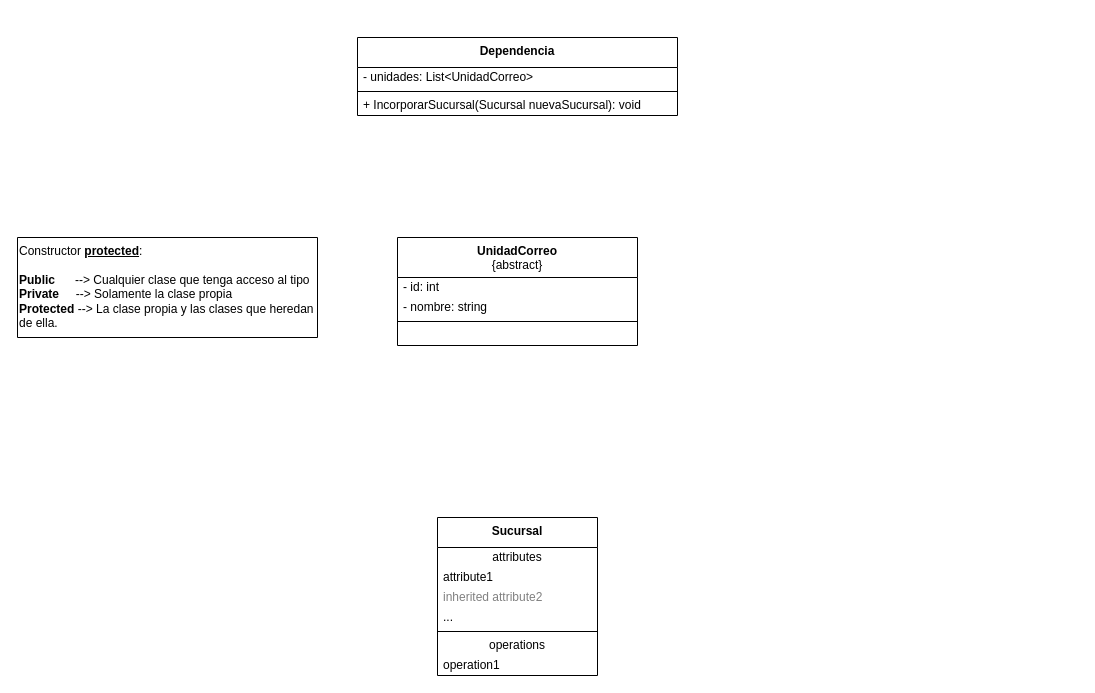
gastonjavierricchiardi/ejercicios-csharp-utn-2026 keeps this draw.io diagram as src/Guia01/EJ26_Composite/EJ26.dio. Above is the earlier version. Source tidied: cells renumbered, new cells numbered last; positions are measured from the earlier drawing's top-left corner, leaving out a move shared by most shapes. Both pictures are drawn from the tidied source at 100%, with x=0, y=0 at pixel (17, 37).
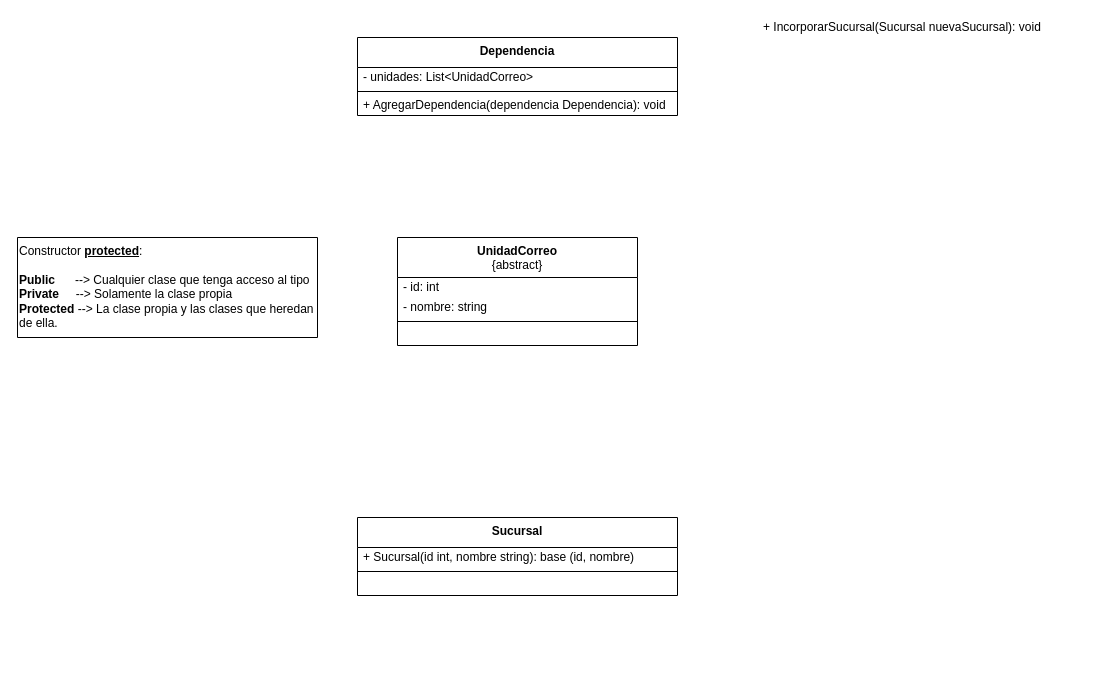
After the change.

Diff of the diagram source:
```diff
@@
 <mxGraphModel background="light-dark(#FFFFFF,#121212)">
   <root>
     <mxCell id="0" />
     <mxCell id="1" parent="0" />
     <mxCell id="2" value="&lt;b&gt;Dependencia&lt;/b&gt;" style="swimlane;fontStyle=0;align=center;verticalAlign=top;horizontal=1;startSize=30;html=1;whiteSpace=wrap;" parent="1" vertex="1">
       <mxGeometry x="340" width="320" height="78" as="geometry" />
     </mxCell>
     <mxCell id="3" value="- unidades: List&amp;lt;UnidadCorreo&amp;gt;" style="text;html=1;strokeColor=none;fillColor=none;align=left;verticalAlign=middle;spacingLeft=4;spacingRight=4;overflow=hidden;whiteSpace=wrap;" parent="2" vertex="1">
       <mxGeometry y="30" width="320" height="20" as="geometry" />
     </mxCell>
     <mxCell id="4" style="line;strokeWidth=1;fillColor=none;align=left;verticalAlign=middle;spacingTop=-1;spacingLeft=3;spacingRight=3;labelPosition=right;" parent="2" vertex="1">
       <mxGeometry y="50" width="320" height="8" as="geometry" />
     </mxCell>
-    <mxCell id="5" value="+ IncorporarSucursal(Sucursal nuevaSucursal): void" style="text;html=1;strokeColor=none;fillColor=none;align=left;verticalAlign=middle;spacingLeft=4;spacingRight=4;overflow=hidden;whiteSpace=wrap;" parent="2" vertex="1">
-      <mxGeometry y="58" width="320" height="20" as="geometry" />
-    </mxCell>
+    <mxCell id="20" value="+ AgregarDependencia(dependencia Dependencia): void" style="text;html=1;strokeColor=none;fillColor=none;align=left;verticalAlign=middle;spacingLeft=4;spacingRight=4;overflow=hidden;whiteSpace=wrap;" parent="2" vertex="1">
+      <mxGeometry y="58" width="320" height="20" as="geometry" />
+    </mxCell>
     <mxCell id="6" value="&lt;b&gt;UnidadCorreo&lt;/b&gt;&lt;br&gt;{abstract}" style="swimlane;fontStyle=0;align=center;verticalAlign=top;horizontal=1;startSize=40;html=1;whiteSpace=wrap;" parent="1" vertex="1">
       <mxGeometry x="380" y="200" width="240" height="108" as="geometry" />
     </mxCell>
     <mxCell id="7" value="- id: int" style="text;html=1;strokeColor=none;fillColor=none;align=left;verticalAlign=middle;spacingLeft=4;spacingRight=4;overflow=hidden;whiteSpace=wrap;" parent="6" vertex="1">
       <mxGeometry y="40" width="240" height="20" as="geometry" />
     </mxCell>
     <mxCell id="8" value="- nombre: string" style="text;html=1;strokeColor=none;fillColor=none;align=left;verticalAlign=middle;spacingLeft=4;spacingRight=4;overflow=hidden;whiteSpace=wrap;" parent="6" vertex="1">
       <mxGeometry y="60" width="240" height="20" as="geometry" />
     </mxCell>
     <mxCell id="9" style="line;strokeWidth=1;fillColor=none;align=left;verticalAlign=middle;spacingTop=-1;spacingLeft=3;spacingRight=3;labelPosition=right;" parent="6" vertex="1">
       <mxGeometry y="80" width="240" height="8" as="geometry" />
     </mxCell>
     <mxCell id="10" value="&amp;nbsp;" style="text;html=1;strokeColor=none;fillColor=none;align=left;verticalAlign=middle;spacingLeft=4;spacingRight=4;overflow=hidden;whiteSpace=wrap;" parent="6" vertex="1">
       <mxGeometry y="88" width="240" height="20" as="geometry" />
     </mxCell>
     <mxCell id="11" value="&lt;b&gt;Sucursal&lt;/b&gt;" style="swimlane;fontStyle=0;align=center;verticalAlign=top;horizontal=1;startSize=30;html=1;whiteSpace=wrap;" parent="1" vertex="1">
-      <mxGeometry x="420" y="480" width="160" height="158" as="geometry" />
+      <mxGeometry x="340" y="480" width="320" height="78" as="geometry" />
     </mxCell>
-    <mxCell id="12" value="attributes" style="text;html=1;strokeColor=none;fillColor=none;align=center;verticalAlign=middle;spacingLeft=4;spacingRight=4;overflow=hidden;whiteSpace=wrap;" parent="11" vertex="1">
-      <mxGeometry y="30" width="160" height="20" as="geometry" />
-    </mxCell>
-    <mxCell id="13" value="attribute1" style="text;html=1;strokeColor=none;fillColor=none;align=left;verticalAlign=middle;spacingLeft=4;spacingRight=4;overflow=hidden;whiteSpace=wrap;" parent="11" vertex="1">
-      <mxGeometry y="50" width="160" height="20" as="geometry" />
+    <mxCell id="13" value="+ Sucursal(id int, nombre string): base (id, nombre)" style="text;html=1;strokeColor=none;fillColor=none;align=left;verticalAlign=middle;spacingLeft=4;spacingRight=4;overflow=hidden;whiteSpace=wrap;" parent="11" vertex="1">
+      <mxGeometry y="30" width="320" height="20" as="geometry" />
     </mxCell>
-    <mxCell id="14" value="inherited attribute2" style="text;html=1;strokeColor=none;fillColor=none;align=left;verticalAlign=middle;spacingLeft=4;spacingRight=4;overflow=hidden;fontColor=#808080;whiteSpace=wrap;" parent="11" vertex="1">
-      <mxGeometry y="70" width="160" height="20" as="geometry" />
-    </mxCell>
-    <mxCell id="15" value="..." style="text;html=1;strokeColor=none;fillColor=none;align=left;verticalAlign=middle;spacingLeft=4;spacingRight=4;overflow=hidden;whiteSpace=wrap;" parent="11" vertex="1">
-      <mxGeometry y="90" width="160" height="20" as="geometry" />
-    </mxCell>
     <mxCell id="16" style="line;strokeWidth=1;fillColor=none;align=left;verticalAlign=middle;spacingTop=-1;spacingLeft=3;spacingRight=3;labelPosition=right;" parent="11" vertex="1">
-      <mxGeometry y="110" width="160" height="8" as="geometry" />
+      <mxGeometry y="50" width="320" height="8" as="geometry" />
     </mxCell>
-    <mxCell id="17" value="operations" style="text;html=1;strokeColor=none;fillColor=none;align=center;verticalAlign=middle;spacingLeft=4;spacingRight=4;overflow=hidden;whiteSpace=wrap;" parent="11" vertex="1">
-      <mxGeometry y="118" width="160" height="20" as="geometry" />
-    </mxCell>
-    <mxCell id="18" value="operation1" style="text;html=1;strokeColor=none;fillColor=none;align=left;verticalAlign=middle;spacingLeft=4;spacingRight=4;overflow=hidden;whiteSpace=wrap;" parent="11" vertex="1">
-      <mxGeometry y="138" width="160" height="20" as="geometry" />
+    <mxCell id="18" value="&amp;nbsp;" style="text;html=1;strokeColor=none;fillColor=none;align=left;verticalAlign=middle;spacingLeft=4;spacingRight=4;overflow=hidden;whiteSpace=wrap;" parent="11" vertex="1">
+      <mxGeometry y="58" width="320" height="20" as="geometry" />
     </mxCell>
     <mxCell id="19" value="Constructor &lt;b&gt;&lt;u style=&quot;&quot;&gt;protected&lt;/u&gt;&lt;/b&gt;:&lt;div&gt;&lt;div&gt;&lt;b&gt;&lt;br&gt;&lt;/b&gt;&lt;/div&gt;&lt;div&gt;&lt;b&gt;Public&lt;/b&gt;&amp;nbsp; &amp;nbsp; &amp;nbsp; --&amp;gt; Cualquier clase que tenga acceso al tipo&lt;/div&gt;&lt;/div&gt;&lt;div&gt;&lt;b&gt;Private&amp;nbsp; &amp;nbsp;&amp;nbsp;&lt;/b&gt; --&amp;gt; Solamente la clase propia&lt;/div&gt;&lt;div&gt;&lt;b&gt;Protected&lt;/b&gt; --&amp;gt; La clase propia y las clases que heredan de ella.&lt;/div&gt;" style="shape=note2;boundedLbl=1;whiteSpace=wrap;html=1;size=0;verticalAlign=top;align=left;" parent="1" vertex="1">
       <mxGeometry y="200" width="300" height="100" as="geometry" />
     </mxCell>
+    <mxCell id="5" value="+ IncorporarSucursal(Sucursal nuevaSucursal): void" style="text;html=1;strokeColor=none;fillColor=none;align=left;verticalAlign=middle;spacingLeft=4;spacingRight=4;overflow=hidden;whiteSpace=wrap;" parent="1" vertex="1">
+      <mxGeometry x="740" y="-20" width="320" height="20" as="geometry" />
+    </mxCell>
   </root>
 </mxGraphModel>
```
